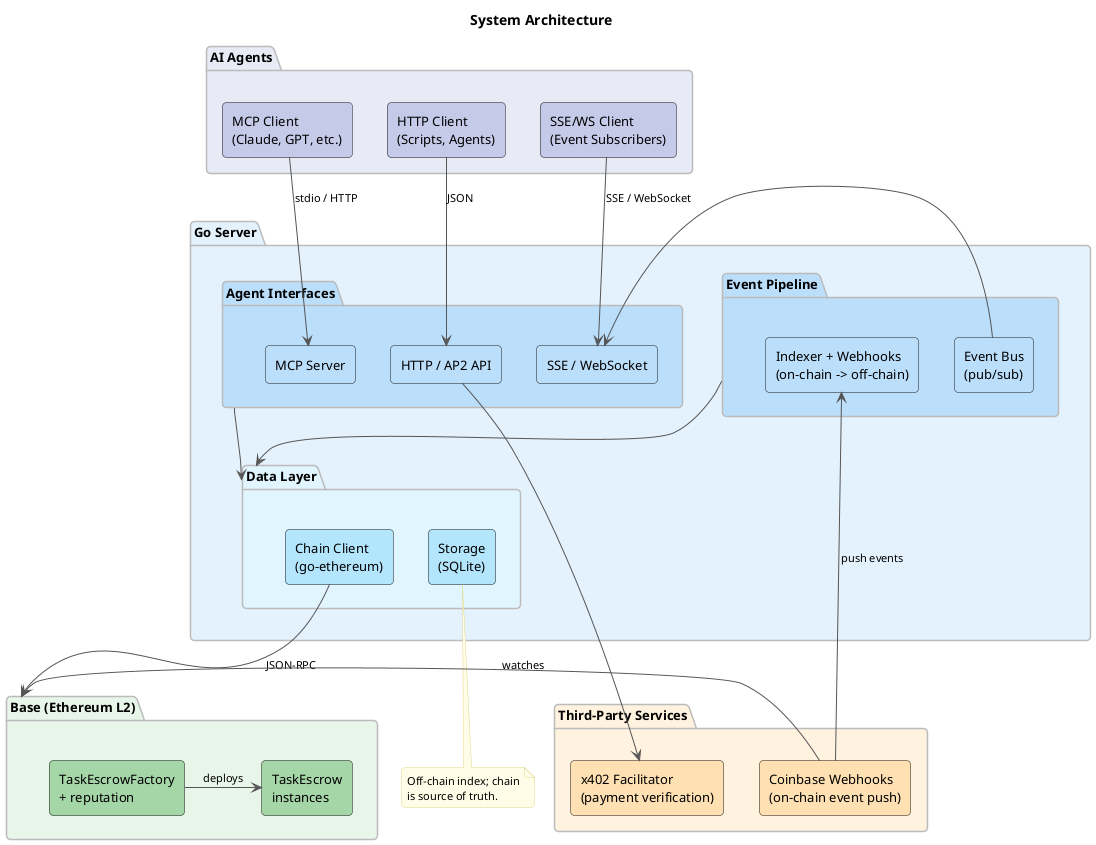
Before: docs/diagrams/architecture.png, a diagram exported from PlantUML (eddiefleurent/agent-escrow).
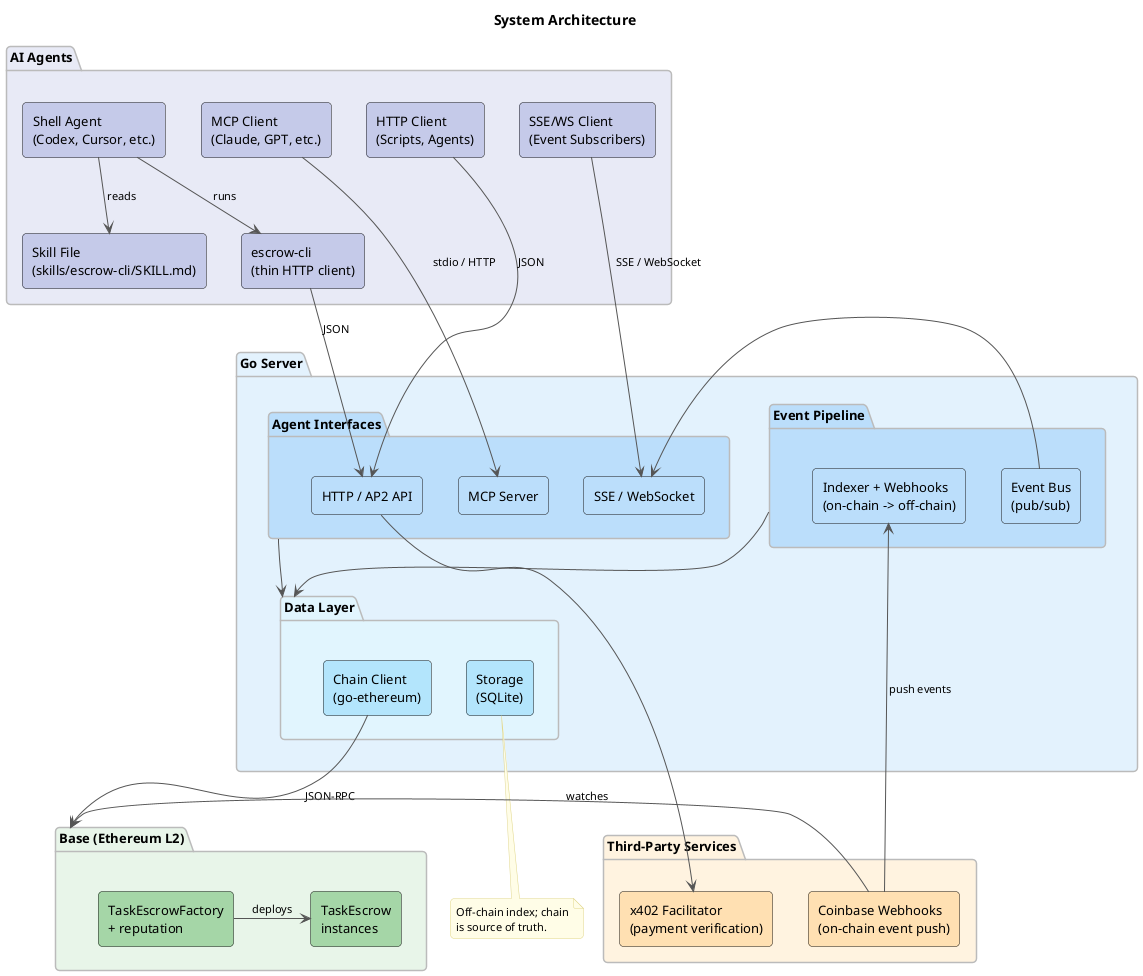
After the commit.

What changed in the source:
```diff
@@ -22,6 +22,9 @@
 title System Architecture
 
 package "AI Agents" as agents #E8EAF6 {
+  [Shell Agent\n(Codex, Cursor, etc.)] as shell_agent #C5CAE9
+  [Skill File\n(skills/escrow-cli/SKILL.md)] as skill_file #C5CAE9
+  [escrow-cli\n(thin HTTP client)] as cli_client #C5CAE9
   [MCP Client\n(Claude, GPT, etc.)] as mcp_client #C5CAE9
   [HTTP Client\n(Scripts, Agents)] as http_client #C5CAE9
   [SSE/WS Client\n(Event Subscribers)] as stream_client #C5CAE9
@@ -60,6 +63,9 @@
   factory -right-> escrow : deploys
 }
 
+shell_agent -down-> skill_file : reads
+shell_agent -down-> cli_client : runs
+cli_client -down-> http_api : JSON
 mcp_client -down-> mcp_server : stdio / HTTP
 http_client -down-> http_api : JSON
 stream_client -down-> stream_handler : SSE / WebSocket
```
